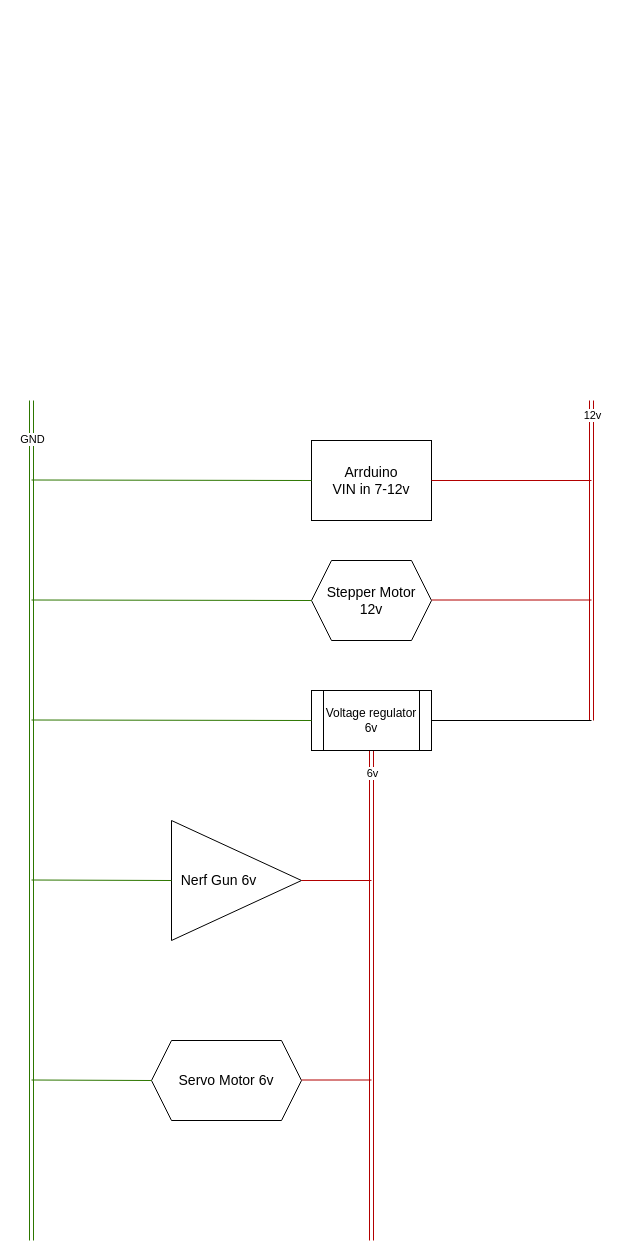
This is documenation/power_diagram.drawio from anjrew/Autonomous-Nerf-Turret, a draw.io file, before an edit. Source tidied: cells renumbered, new cells numbered last; positions are measured from the earlier drawing's top-left corner, leaving out a move shared by most shapes. Both pictures are drawn from the tidied source at 100%, with x=0, y=0 at pixel (31, 400).
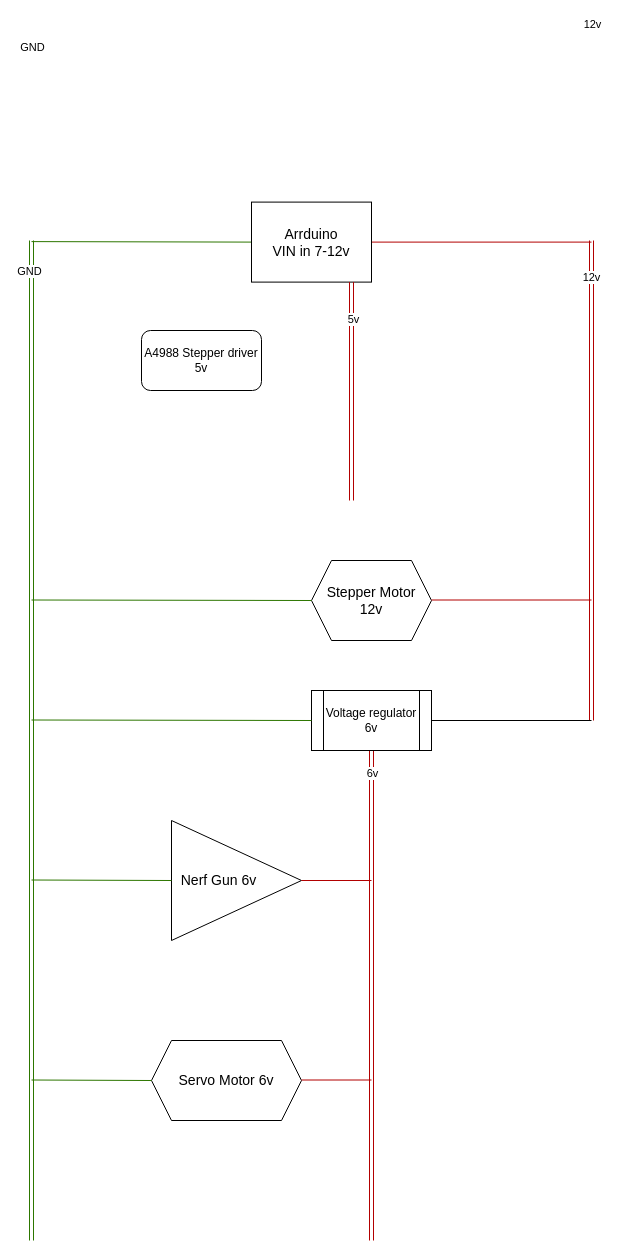
Above is the later version.

Diff of the diagram source:
```diff
@@
     <mxCell id="2" style="shape=link;html=1;fillColor=#e51400;strokeColor=#B20000;" parent="1" edge="1">
       <mxGeometry relative="1" as="geometry">
-        <mxPoint x="560" as="sourcePoint" />
+        <mxPoint x="560" y="-160" as="sourcePoint" />
         <mxPoint x="560" y="320" as="targetPoint" />
       </mxGeometry>
     </mxCell>
     <mxCell id="3" value="12v" style="edgeLabel;html=1;align=center;verticalAlign=middle;" parent="2" vertex="1">
-      <mxGeometry x="-0.91" relative="1" as="geometry" />
+      <mxGeometry x="-0.91" relative="1" as="geometry">
+        <mxPoint y="-239" as="offset" />
+      </mxGeometry>
     </mxCell>
+    <mxCell id="23" value="12v" style="edgeLabel;html=1;align=center;verticalAlign=middle;" parent="2" vertex="1">
+      <mxGeometry x="-0.85" y="-1" relative="1" as="geometry" />
+    </mxCell>
@@
-    <mxCell id="5" value="Arrduino&lt;br&gt;VIN in 7-12v" style="rounded=0;whiteSpace=wrap;html=1;fontSize=14;" parent="1" vertex="1">
-      <mxGeometry x="280" y="40" width="120" height="80" as="geometry" />
-    </mxCell>
     <mxCell id="6" style="endArrow=none;html=1;fontSize=14;exitX=1;exitY=0.5;exitDx=0;exitDy=0;fillColor=#e51400;strokeColor=#B20000;" parent="1" edge="1" source="5">
       <mxGeometry relative="1" as="geometry">
-        <mxPoint x="560" y="80" as="targetPoint" />
+        <mxPoint x="560" y="-158.4" as="targetPoint" />
       </mxGeometry>
     </mxCell>
@@
     <mxCell id="14" style="shape=link;html=1;fillColor=#60a917;strokeColor=#2D7600;" parent="1" edge="1">
       <mxGeometry relative="1" as="geometry">
-        <mxPoint as="sourcePoint" />
+        <mxPoint y="-160" as="sourcePoint" />
         <mxPoint y="840" as="targetPoint" />
       </mxGeometry>
     </mxCell>
     <mxCell id="15" value="GND" style="edgeLabel;html=1;align=center;verticalAlign=middle;" parent="14" vertex="1">
-      <mxGeometry x="-0.91" relative="1" as="geometry" />
+      <mxGeometry x="-0.91" relative="1" as="geometry">
+        <mxPoint y="-239" as="offset" />
+      </mxGeometry>
     </mxCell>
+    <mxCell id="24" value="GND" style="edgeLabel;html=1;align=center;verticalAlign=middle;" parent="14" vertex="1">
+      <mxGeometry x="-0.94" y="-3" relative="1" as="geometry" />
+    </mxCell>
@@
-    <mxCell id="22" style="endArrow=none;html=1;fontSize=14;fillColor=#60a917;strokeColor=#2D7600;entryX=0;entryY=0.5;entryDx=0;entryDy=0;" parent="1" edge="1">
+    <mxCell id="22" style="endArrow=none;html=1;fontSize=14;fillColor=#60a917;strokeColor=#2D7600;entryX=0;entryY=0.5;entryDx=0;entryDy=0;startArrow=none;" parent="1" edge="1" source="5">
       <mxGeometry relative="1" as="geometry">
-        <mxPoint y="79.5" as="sourcePoint" />
-        <mxPoint x="280" y="80" as="targetPoint" />
+        <mxPoint x="280" y="-158.4" as="targetPoint" />
       </mxGeometry>
     </mxCell>
+    <mxCell id="25" style="endArrow=none;html=1;fontSize=14;fillColor=#60a917;strokeColor=#2D7600;entryX=0;entryY=0.5;entryDx=0;entryDy=0;" parent="1" edge="1" target="5">
+      <mxGeometry relative="1" as="geometry">
+        <mxPoint y="-158.9" as="sourcePoint" />
+      </mxGeometry>
+    </mxCell>
+    <mxCell id="5" value="Arrduino&lt;br&gt;VIN in 7-12v" style="rounded=0;whiteSpace=wrap;html=1;fontSize=14;" parent="1" vertex="1">
+      <mxGeometry x="220" y="-198.4" width="120" height="80" as="geometry" />
+    </mxCell>
+    <mxCell id="26" style="shape=link;html=1;fillColor=#e51400;strokeColor=#B20000;" parent="1" edge="1">
+      <mxGeometry relative="1" as="geometry">
+        <mxPoint x="320" y="-118.4" as="sourcePoint" />
+        <mxPoint x="320" y="100" as="targetPoint" />
+      </mxGeometry>
+    </mxCell>
+    <mxCell id="27" value="5v" style="edgeLabel;html=1;align=center;verticalAlign=middle;" parent="26" vertex="1">
+      <mxGeometry x="-0.66" y="1" relative="1" as="geometry" />
+    </mxCell>
+    <mxCell id="28" value="A4988 Stepper driver 5v" style="rounded=1;whiteSpace=wrap;html=1;" parent="1" vertex="1">
+      <mxGeometry x="110" y="-70" width="120" height="60" as="geometry" />
+    </mxCell>
```
